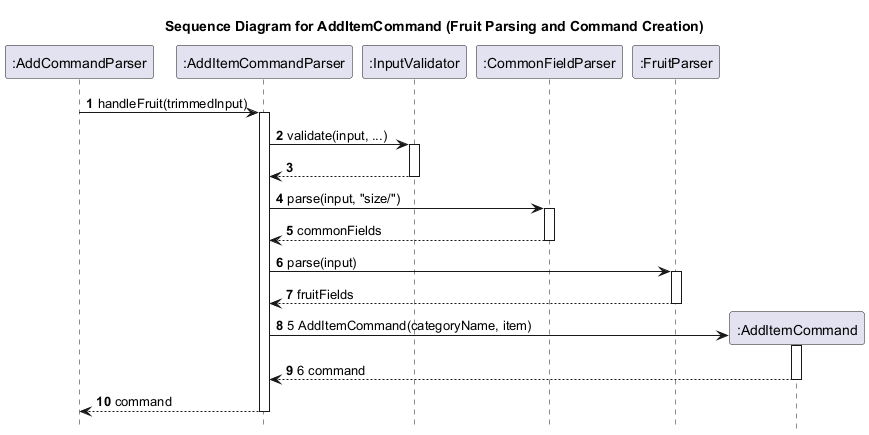
Before: docs/diagrams/sequence/AddItemCommandFruitParsingFlow.png, a diagram exported from PlantUML (w-chuhao/tp). Its diagram source:
```plantuml
@startuml
title Sequence Diagram for AddItemCommand (Fruit Parsing and Command Creation)

autonumber
hide footbox

participant ":AddCommandParser" as AddCommandParser
participant ":AddItemCommandParser" as AddItemCommandParser
participant ":InputValidator" as InputValidator
participant ":CommonFieldParser" as CommonFieldParser
participant ":FruitParser" as FruitParser

AddCommandParser -> AddItemCommandParser: handleFruit(trimmedInput)
activate AddItemCommandParser

AddItemCommandParser -> InputValidator: validate(input, ...)
activate InputValidator
InputValidator --> AddItemCommandParser
deactivate InputValidator

AddItemCommandParser -> CommonFieldParser: parse(input, "size/")
activate CommonFieldParser
CommonFieldParser --> AddItemCommandParser: commonFields
deactivate CommonFieldParser

AddItemCommandParser -> FruitParser: parse(input)
activate FruitParser
FruitParser --> AddItemCommandParser: fruitFields
deactivate FruitParser

create ":AddItemCommand" as AddItemCommand
AddItemCommandParser -> AddItemCommand: 5 AddItemCommand(categoryName, item)
activate AddItemCommand
AddItemCommand --> AddItemCommandParser: 6 command
deactivate AddItemCommand

AddItemCommandParser --> AddCommandParser: command
deactivate AddItemCommandParser
@enduml
```
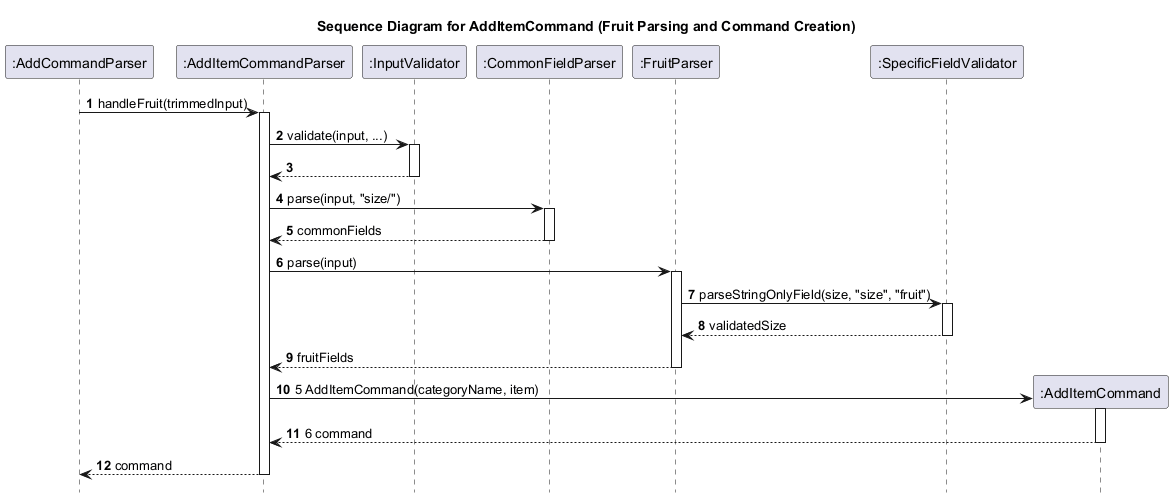
Above is the later version.

What changed in the source:
```diff
@@ -9,6 +9,7 @@
 participant ":InputValidator" as InputValidator
 participant ":CommonFieldParser" as CommonFieldParser
 participant ":FruitParser" as FruitParser
+participant ":SpecificFieldValidator" as SpecificFieldValidator
 
 AddCommandParser -> AddItemCommandParser: handleFruit(trimmedInput)
 activate AddItemCommandParser
@@ -25,6 +26,10 @@
 
 AddItemCommandParser -> FruitParser: parse(input)
 activate FruitParser
+FruitParser -> SpecificFieldValidator: parseStringOnlyField(size, "size", "fruit")
+activate SpecificFieldValidator
+SpecificFieldValidator --> FruitParser: validatedSize
+deactivate SpecificFieldValidator
 FruitParser --> AddItemCommandParser: fruitFields
 deactivate FruitParser
 
```
